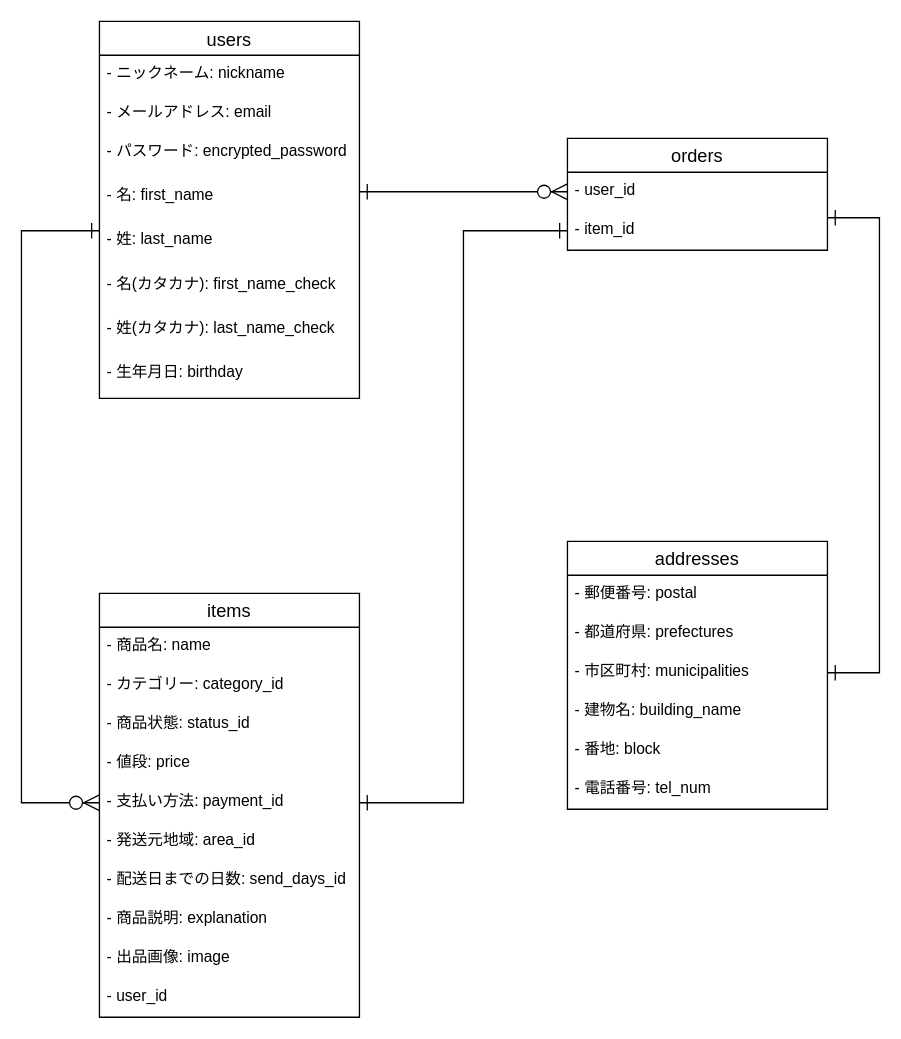
Before: furima.dio in tmynoy/furima-31731, a draw.io diagram. Source tidied: cells renumbered, new cells numbered last; positions are measured from the earlier drawing's top-left corner, leaving out a move shared by most shapes. Both pictures are drawn from the tidied source at 130%, with x=0, y=0 at pixel (21, 21).
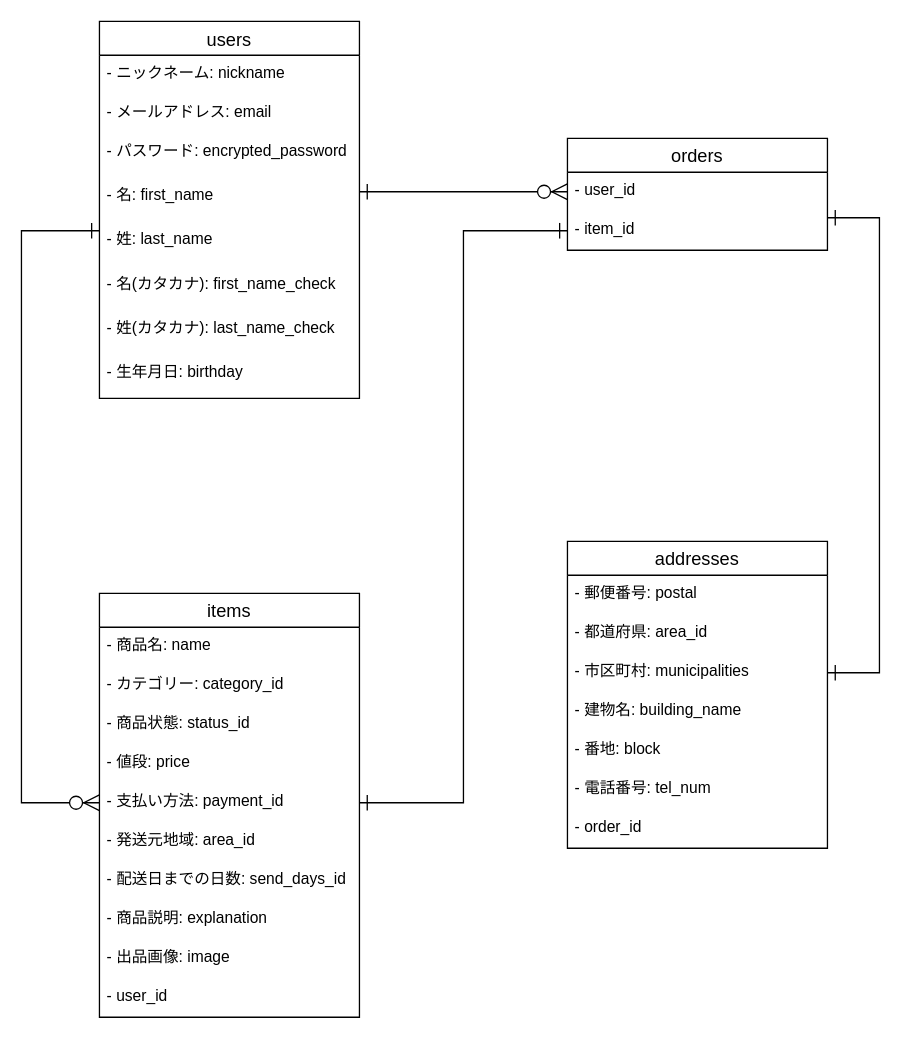
The same page after the edit.

Commit message (it also covers changes not shown here):
READEME, ER図修正3

What changed in the source:
```diff
@@
     <mxCell id="23" value="addresses" style="swimlane;fontStyle=0;horizontal=1;startSize=26;align=center;fontSize=14;" parent="1" vertex="1">
-      <mxGeometry x="420" y="400" width="200" height="206" as="geometry" />
+      <mxGeometry x="420" y="400" width="200" height="236" as="geometry" />
     </mxCell>
@@
-    <mxCell id="25" value="- 都道府県: prefectures" style="text;strokeColor=none;fillColor=none;spacingLeft=4;spacingRight=4;overflow=hidden;fontSize=12;" parent="23" vertex="1">
+    <mxCell id="25" value="- 都道府県: area_id" style="text;strokeColor=none;fillColor=none;spacingLeft=4;spacingRight=4;overflow=hidden;fontSize=12;" parent="23" vertex="1">
       <mxGeometry y="56" width="200" height="30" as="geometry" />
     </mxCell>
@@
+    <mxCell id="36" value="- order_id" style="text;strokeColor=none;fillColor=none;spacingLeft=4;spacingRight=4;overflow=hidden;fontSize=12;" parent="23" vertex="1">
+      <mxGeometry y="206" width="200" height="30" as="geometry" />
+    </mxCell>
```
